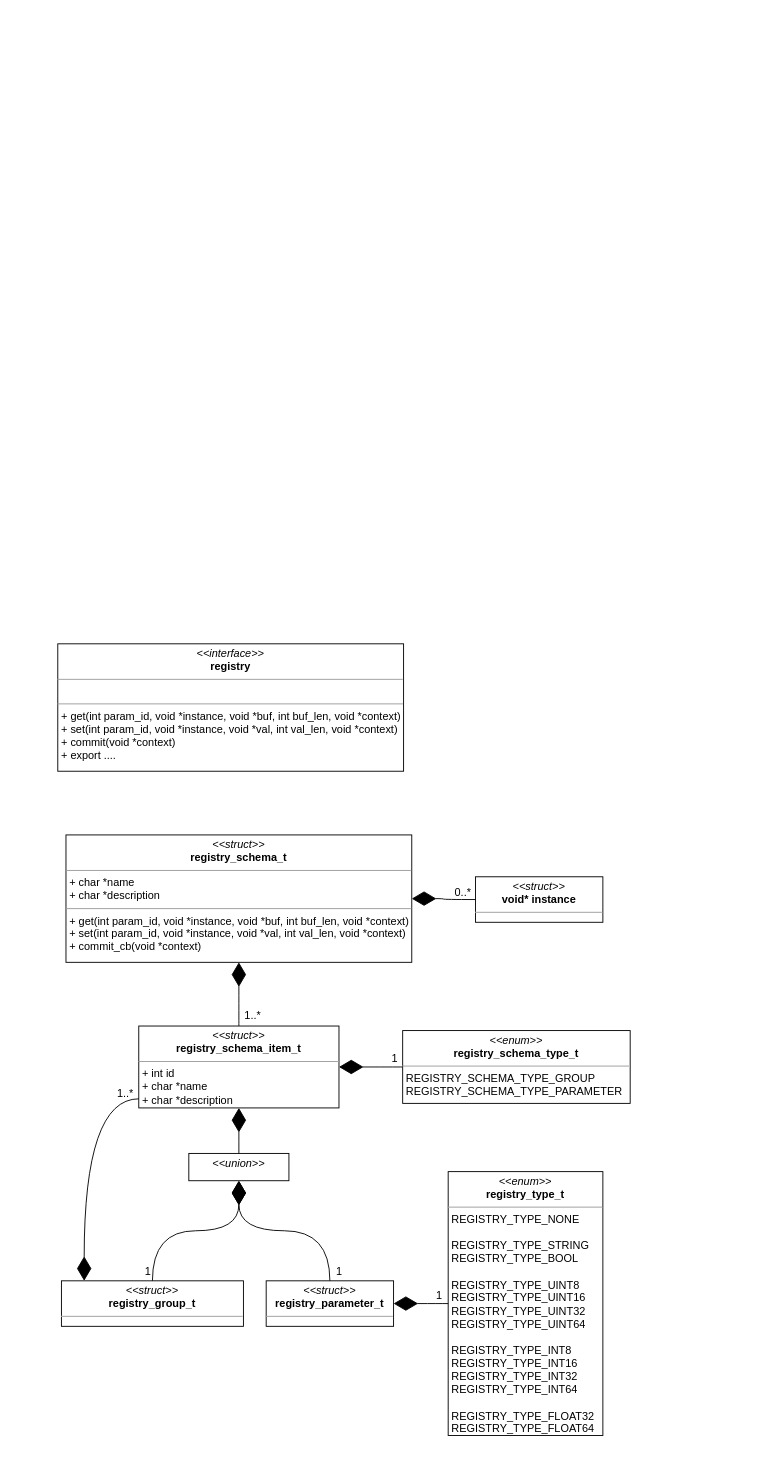
Above: doc/registry.drawio in LasseRosenow/riot-runtime-config (draw.io), before the change. Source tidied: cells renumbered, new cells numbered last; positions are measured from the earlier drawing's top-left corner, leaving out a move shared by most shapes. Both pictures are drawn from the tidied source at 91%, with x=0, y=0 at pixel (57, 643).
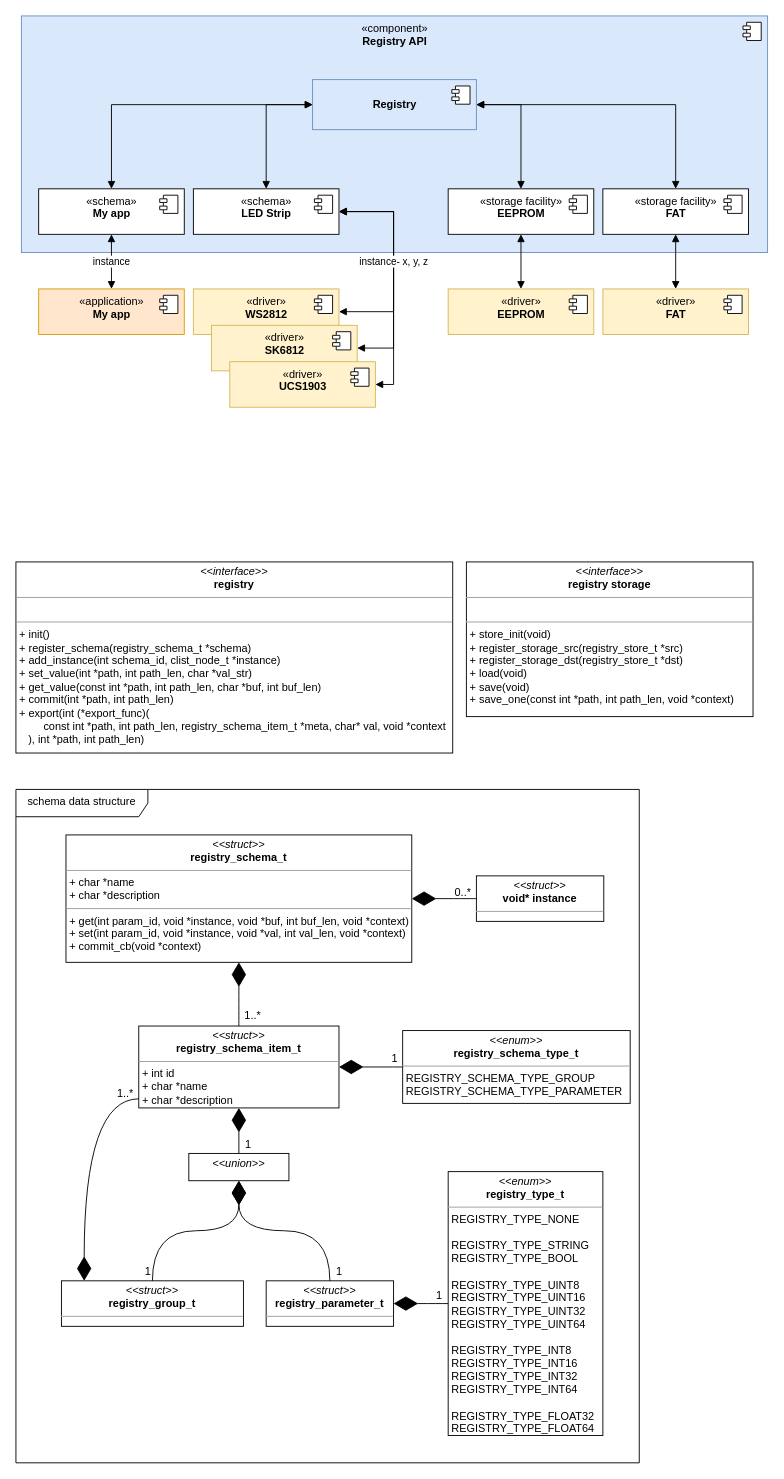
Above is the later version.

What changed in the source:
```diff
@@
+    <mxCell id="26" value="schema data structure" style="shape=umlFrame;whiteSpace=wrap;html=1;verticalAlign=top;width=145;height=30;" parent="1" vertex="1">
+      <mxGeometry x="-46" y="160" width="685" height="740" as="geometry" />
+    </mxCell>
@@
     <mxCell id="22" value="&lt;p style=&quot;margin: 0px ; margin-top: 4px ; text-align: center&quot;&gt;&lt;i&gt;&amp;lt;&amp;lt;struct&amp;gt;&amp;gt;&lt;/i&gt;&lt;br&gt;&lt;b&gt;void* instance&lt;/b&gt;&lt;br&gt;&lt;/p&gt;&lt;hr size=&quot;1&quot;&gt;&lt;p style=&quot;margin: 0px ; margin-left: 4px&quot;&gt;&lt;br&gt;&lt;/p&gt;" style="verticalAlign=top;align=left;overflow=fill;fontSize=12;fontFamily=Helvetica;html=1;" parent="1" vertex="1">
-      <mxGeometry x="459" y="256" width="140" height="50" as="geometry" />
+      <mxGeometry x="460" y="255" width="140" height="50" as="geometry" />
     </mxCell>
@@
-    <mxCell id="25" value="&lt;p style=&quot;margin: 0px ; margin-top: 4px ; text-align: center&quot;&gt;&lt;i&gt;&amp;lt;&amp;lt;interface&amp;gt;&amp;gt;&lt;/i&gt;&lt;br&gt;&lt;b&gt;registry&lt;/b&gt;&lt;br&gt;&lt;/p&gt;&lt;hr size=&quot;1&quot;&gt;&lt;p style=&quot;margin: 0px ; margin-left: 4px&quot;&gt;&lt;br&gt;&lt;/p&gt;&lt;hr size=&quot;1&quot;&gt;&lt;p style=&quot;margin: 0px ; margin-left: 4px&quot;&gt;+ get(int param_id, void *instance, void *buf, int buf_len, void *context)&lt;/p&gt;&lt;p style=&quot;margin: 0px ; margin-left: 4px&quot;&gt;+ set(int param_id, void *instance, void *val, int val_len, void *context)&lt;/p&gt;&lt;p style=&quot;margin: 0px ; margin-left: 4px&quot;&gt;+ commit(void *context)&lt;/p&gt;&lt;p style=&quot;margin: 0px ; margin-left: 4px&quot;&gt;+ export ....&lt;/p&gt;&lt;p style=&quot;margin: 0px ; margin-left: 4px&quot;&gt;&amp;nbsp;&lt;/p&gt;" style="verticalAlign=top;align=left;overflow=fill;fontSize=12;fontFamily=Helvetica;html=1;" parent="1" vertex="1">
-      <mxGeometry width="380" height="140" as="geometry" />
+    <mxCell id="25" value="&lt;p style=&quot;margin: 0px ; margin-top: 4px ; text-align: center&quot;&gt;&lt;i&gt;&amp;lt;&amp;lt;interface&amp;gt;&amp;gt;&lt;/i&gt;&lt;br&gt;&lt;b&gt;registry&lt;/b&gt;&lt;br&gt;&lt;/p&gt;&lt;hr size=&quot;1&quot;&gt;&lt;p style=&quot;margin: 0px ; margin-left: 4px&quot;&gt;&lt;br&gt;&lt;/p&gt;&lt;hr size=&quot;1&quot;&gt;&lt;p style=&quot;margin: 0px ; margin-left: 4px&quot;&gt;+ init()&lt;/p&gt;&lt;p style=&quot;margin: 0px ; margin-left: 4px&quot;&gt;+ register_schema(registry_schema_t *schema)&lt;/p&gt;&lt;p style=&quot;margin: 0px ; margin-left: 4px&quot;&gt;+&amp;nbsp;add_instance(int schema_id, clist_node_t *instance)&lt;/p&gt;&lt;p style=&quot;margin: 0px ; margin-left: 4px&quot;&gt;+&amp;nbsp;set_value(int *path, int path_len, char *val_str)&lt;/p&gt;&lt;p style=&quot;margin: 0px ; margin-left: 4px&quot;&gt;+&amp;nbsp;get_value(const int *path, int path_len, char *buf, int buf_len)&lt;/p&gt;&lt;p style=&quot;margin: 0px ; margin-left: 4px&quot;&gt;+&amp;nbsp;commit(int *path, int path_len)&lt;/p&gt;&lt;p style=&quot;margin: 0px ; margin-left: 4px&quot;&gt;+&amp;nbsp;export(int (*export_func)(&lt;br&gt;&lt;span style=&quot;white-space: pre&quot;&gt;&#9;&lt;/span&gt;const int *path, int path_len, registry_schema_item_t *meta, char* val, void *context&lt;br&gt;&amp;nbsp; &amp;nbsp;), int *path, int path_len)&lt;/p&gt;" style="verticalAlign=top;align=left;overflow=fill;fontSize=12;fontFamily=Helvetica;html=1;" parent="1" vertex="1">
+      <mxGeometry x="-46" y="-90" width="480" height="210" as="geometry" />
     </mxCell>
+    <mxCell id="27" value="&lt;p style=&quot;margin: 0px ; margin-top: 4px ; text-align: center&quot;&gt;&lt;i&gt;&amp;lt;&amp;lt;interface&amp;gt;&amp;gt;&lt;/i&gt;&lt;br&gt;&lt;b&gt;registry storage&lt;/b&gt;&lt;br&gt;&lt;/p&gt;&lt;hr size=&quot;1&quot;&gt;&lt;p style=&quot;margin: 0px ; margin-left: 4px&quot;&gt;&lt;br&gt;&lt;/p&gt;&lt;hr size=&quot;1&quot;&gt;&lt;p style=&quot;margin: 0px ; margin-left: 4px&quot;&gt;+ store_init(void)&lt;br&gt;&lt;/p&gt;&lt;p style=&quot;margin: 0px ; margin-left: 4px&quot;&gt;+ register_storage_src(registry_store_t *src)&lt;br&gt;&lt;/p&gt;&lt;p style=&quot;margin: 0px ; margin-left: 4px&quot;&gt;+&amp;nbsp;register_storage_dst(registry_store_t *dst)&lt;br&gt;&lt;/p&gt;&lt;p style=&quot;margin: 0px ; margin-left: 4px&quot;&gt;+&amp;nbsp;load(void)&lt;br&gt;&lt;/p&gt;&lt;p style=&quot;margin: 0px 0px 0px 4px&quot;&gt;+&amp;nbsp;save(void)&lt;/p&gt;&lt;p style=&quot;margin: 0px 0px 0px 4px&quot;&gt;+&amp;nbsp;save_one(const int *path, int path_len, void *context)&lt;/p&gt;" style="verticalAlign=top;align=left;overflow=fill;fontSize=12;fontFamily=Helvetica;html=1;" parent="1" vertex="1">
+      <mxGeometry x="449" y="-90" width="315" height="170" as="geometry" />
+    </mxCell>
+    <mxCell id="28" value="1" style="text;html=1;align=center;verticalAlign=middle;strokeColor=none;" parent="1" vertex="1">
+      <mxGeometry x="199" y="540" width="20" height="20" as="geometry" />
+    </mxCell>
+    <mxCell id="29" value="«component»&lt;br&gt;&lt;b&gt;Registry API&lt;/b&gt;" style="html=1;verticalAlign=top;fillColor=#dae8fc;strokeColor=#6c8ebf;" parent="1" vertex="1">
+      <mxGeometry x="-40" y="-690" width="820" height="260" as="geometry" />
+    </mxCell>
+    <mxCell id="30" style="shape=module;jettyWidth=8;jettyHeight=4;" parent="29" vertex="1">
+      <mxGeometry x="1" width="20" height="20" relative="1" as="geometry">
+        <mxPoint x="-27" y="7" as="offset" />
+      </mxGeometry>
+    </mxCell>
+    <mxCell id="31" value="«schema»&lt;br&gt;&lt;b&gt;My app&lt;/b&gt;" style="html=1;verticalAlign=top;" parent="1" vertex="1">
+      <mxGeometry x="-21" y="-500" width="160" height="50" as="geometry" />
+    </mxCell>
+    <mxCell id="32" style="shape=module;jettyWidth=8;jettyHeight=4;" parent="31" vertex="1">
+      <mxGeometry x="1" width="20" height="20" relative="1" as="geometry">
+        <mxPoint x="-27" y="7" as="offset" />
+      </mxGeometry>
+    </mxCell>
+    <mxCell id="33" value="«schema»&lt;br&gt;&lt;b&gt;LED Strip&lt;/b&gt;" style="html=1;verticalAlign=top;" parent="1" vertex="1">
+      <mxGeometry x="149" y="-500" width="160" height="50" as="geometry" />
+    </mxCell>
+    <mxCell id="34" style="shape=module;jettyWidth=8;jettyHeight=4;" parent="33" vertex="1">
+      <mxGeometry x="1" width="20" height="20" relative="1" as="geometry">
+        <mxPoint x="-27" y="7" as="offset" />
+      </mxGeometry>
+    </mxCell>
+    <mxCell id="35" value="&lt;b&gt;&lt;br&gt;Registry&lt;/b&gt;" style="html=1;verticalAlign=top;fillColor=#dae8fc;strokeColor=#6c8ebf;" parent="1" vertex="1">
+      <mxGeometry x="280" y="-620" width="180" height="55" as="geometry" />
+    </mxCell>
+    <mxCell id="36" style="shape=module;jettyWidth=8;jettyHeight=4;" parent="35" vertex="1">
+      <mxGeometry x="1" width="20" height="20" relative="1" as="geometry">
+        <mxPoint x="-27" y="7" as="offset" />
+      </mxGeometry>
+    </mxCell>
+    <mxCell id="37" style="endArrow=block;startArrow=block;endFill=1;startFill=1;html=1;edgeStyle=orthogonalEdgeStyle;rounded=0;entryX=0;entryY=0.5;entryDx=0;entryDy=0;" parent="1" edge="1" source="31" target="35">
+      <mxGeometry relative="1" as="geometry">
+        <Array as="points">
+          <mxPoint x="59" y="-592" />
+        </Array>
+      </mxGeometry>
+    </mxCell>
+    <mxCell id="38" style="endArrow=block;startArrow=block;endFill=1;startFill=1;html=1;edgeStyle=orthogonalEdgeStyle;rounded=0;entryX=0;entryY=0.5;entryDx=0;entryDy=0;" parent="1" edge="1" source="33" target="35">
+      <mxGeometry relative="1" as="geometry">
+        <Array as="points">
+          <mxPoint x="229" y="-592" />
+        </Array>
+      </mxGeometry>
+    </mxCell>
+    <mxCell id="39" value="«driver»&lt;br&gt;&lt;b&gt;WS2812&lt;/b&gt;" style="html=1;verticalAlign=top;fillColor=#fff2cc;strokeColor=#d6b656;" parent="1" vertex="1">
+      <mxGeometry x="149" y="-390" width="160" height="50" as="geometry" />
+    </mxCell>
+    <mxCell id="40" style="shape=module;jettyWidth=8;jettyHeight=4;" parent="39" vertex="1">
+      <mxGeometry x="1" width="20" height="20" relative="1" as="geometry">
+        <mxPoint x="-27" y="7" as="offset" />
+      </mxGeometry>
+    </mxCell>
+    <mxCell id="41" value="«driver»&lt;br&gt;&lt;b&gt;SK6812&lt;/b&gt;" style="html=1;verticalAlign=top;fillColor=#fff2cc;strokeColor=#d6b656;" parent="1" vertex="1">
+      <mxGeometry x="169" y="-350" width="160" height="50" as="geometry" />
+    </mxCell>
+    <mxCell id="42" style="shape=module;jettyWidth=8;jettyHeight=4;" parent="41" vertex="1">
+      <mxGeometry x="1" width="20" height="20" relative="1" as="geometry">
+        <mxPoint x="-27" y="7" as="offset" />
+      </mxGeometry>
+    </mxCell>
+    <mxCell id="43" value="«application»&lt;br&gt;&lt;b&gt;My app&lt;/b&gt;" style="html=1;verticalAlign=top;fillColor=#ffe6cc;strokeColor=#d79b00;" parent="1" vertex="1">
+      <mxGeometry x="-21" y="-390" width="160" height="50" as="geometry" />
+    </mxCell>
+    <mxCell id="44" style="shape=module;jettyWidth=8;jettyHeight=4;" parent="43" vertex="1">
+      <mxGeometry x="1" width="20" height="20" relative="1" as="geometry">
+        <mxPoint x="-27" y="7" as="offset" />
+      </mxGeometry>
+    </mxCell>
+    <mxCell id="45" value="«storage facility»&lt;br&gt;&lt;b&gt;EEPROM&lt;/b&gt;" style="html=1;verticalAlign=top;" parent="1" vertex="1">
+      <mxGeometry x="429" y="-500" width="160" height="50" as="geometry" />
+    </mxCell>
+    <mxCell id="46" style="shape=module;jettyWidth=8;jettyHeight=4;" parent="45" vertex="1">
+      <mxGeometry x="1" width="20" height="20" relative="1" as="geometry">
+        <mxPoint x="-27" y="7" as="offset" />
+      </mxGeometry>
+    </mxCell>
+    <mxCell id="47" value="«storage facility»&lt;br&gt;&lt;b&gt;FAT&lt;/b&gt;" style="html=1;verticalAlign=top;" parent="1" vertex="1">
+      <mxGeometry x="599" y="-500" width="160" height="50" as="geometry" />
+    </mxCell>
+    <mxCell id="48" style="shape=module;jettyWidth=8;jettyHeight=4;" parent="47" vertex="1">
+      <mxGeometry x="1" width="20" height="20" relative="1" as="geometry">
+        <mxPoint x="-27" y="7" as="offset" />
+      </mxGeometry>
+    </mxCell>
+    <mxCell id="49" style="endArrow=block;startArrow=block;endFill=1;startFill=1;html=1;edgeStyle=orthogonalEdgeStyle;rounded=0;entryX=1;entryY=0.5;entryDx=0;entryDy=0;" parent="1" edge="1" source="45" target="35">
+      <mxGeometry relative="1" as="geometry">
+        <Array as="points">
+          <mxPoint x="509" y="-592" />
+        </Array>
+      </mxGeometry>
+    </mxCell>
+    <mxCell id="50" style="endArrow=block;startArrow=block;endFill=1;startFill=1;html=1;edgeStyle=orthogonalEdgeStyle;rounded=0;entryX=1;entryY=0.5;entryDx=0;entryDy=0;" parent="1" edge="1" source="47" target="35">
+      <mxGeometry relative="1" as="geometry">
+        <Array as="points">
+          <mxPoint x="679" y="-592" />
+        </Array>
+      </mxGeometry>
+    </mxCell>
+    <mxCell id="51" value="«driver»&lt;br&gt;&lt;b&gt;EEPROM&lt;/b&gt;" style="html=1;verticalAlign=top;fillColor=#fff2cc;strokeColor=#d6b656;" parent="1" vertex="1">
+      <mxGeometry x="429" y="-390" width="160" height="50" as="geometry" />
+    </mxCell>
+    <mxCell id="52" style="shape=module;jettyWidth=8;jettyHeight=4;" parent="51" vertex="1">
+      <mxGeometry x="1" width="20" height="20" relative="1" as="geometry">
+        <mxPoint x="-27" y="7" as="offset" />
+      </mxGeometry>
+    </mxCell>
+    <mxCell id="53" value="«driver»&lt;br&gt;&lt;b&gt;FAT&lt;/b&gt;" style="html=1;verticalAlign=top;fillColor=#fff2cc;strokeColor=#d6b656;" parent="1" vertex="1">
+      <mxGeometry x="599" y="-390" width="160" height="50" as="geometry" />
+    </mxCell>
+    <mxCell id="54" style="shape=module;jettyWidth=8;jettyHeight=4;" parent="53" vertex="1">
+      <mxGeometry x="1" width="20" height="20" relative="1" as="geometry">
+        <mxPoint x="-27" y="7" as="offset" />
+      </mxGeometry>
+    </mxCell>
+    <mxCell id="55" style="endArrow=block;startArrow=block;endFill=1;startFill=1;html=1;edgeStyle=orthogonalEdgeStyle;rounded=0;" parent="1" edge="1" source="51" target="45">
+      <mxGeometry relative="1" as="geometry">
+        <Array as="points">
+          <mxPoint x="509" y="-480" />
+          <mxPoint x="509" y="-480" />
+        </Array>
+      </mxGeometry>
+    </mxCell>
+    <mxCell id="56" style="endArrow=block;startArrow=block;endFill=1;startFill=1;html=1;edgeStyle=orthogonalEdgeStyle;rounded=0;" parent="1" edge="1" source="53" target="47">
+      <mxGeometry relative="1" as="geometry">
+        <Array as="points">
+          <mxPoint x="679" y="-430" />
+          <mxPoint x="679" y="-430" />
+        </Array>
+      </mxGeometry>
+    </mxCell>
+    <mxCell id="57" value="«driver»&lt;br&gt;&lt;b&gt;UCS1903&lt;/b&gt;" style="html=1;verticalAlign=top;fillColor=#fff2cc;strokeColor=#d6b656;" parent="1" vertex="1">
+      <mxGeometry x="189" y="-310" width="160" height="50" as="geometry" />
+    </mxCell>
+    <mxCell id="58" style="shape=module;jettyWidth=8;jettyHeight=4;" parent="57" vertex="1">
+      <mxGeometry x="1" width="20" height="20" relative="1" as="geometry">
+        <mxPoint x="-27" y="7" as="offset" />
+      </mxGeometry>
+    </mxCell>
+    <mxCell id="59" value="instance" style="endArrow=block;startArrow=block;endFill=1;startFill=1;html=1;edgeStyle=orthogonalEdgeStyle;rounded=0;" parent="1" edge="1" source="43" target="31">
+      <mxGeometry relative="1" as="geometry" />
+    </mxCell>
+    <mxCell id="60" style="endArrow=block;startArrow=block;endFill=1;startFill=1;html=1;edgeStyle=orthogonalEdgeStyle;rounded=0;" parent="1" edge="1" source="57" target="33">
+      <mxGeometry relative="1" as="geometry">
+        <Array as="points">
+          <mxPoint x="369" y="-285" />
+          <mxPoint x="369" y="-475" />
+        </Array>
+      </mxGeometry>
+    </mxCell>
+    <mxCell id="61" style="endArrow=block;startArrow=block;endFill=1;startFill=1;html=1;edgeStyle=orthogonalEdgeStyle;rounded=0;" parent="1" edge="1" source="41" target="33">
+      <mxGeometry relative="1" as="geometry">
+        <Array as="points">
+          <mxPoint x="369" y="-325" />
+          <mxPoint x="369" y="-475" />
+        </Array>
+      </mxGeometry>
+    </mxCell>
+    <mxCell id="62" value="instance- x, y, z" style="endArrow=block;startArrow=block;endFill=1;startFill=1;html=1;edgeStyle=orthogonalEdgeStyle;rounded=0;" parent="1" edge="1" source="39" target="33">
+      <mxGeometry relative="1" as="geometry">
+        <Array as="points">
+          <mxPoint x="369" y="-365" />
+          <mxPoint x="369" y="-475" />
+        </Array>
+      </mxGeometry>
+    </mxCell>
```
